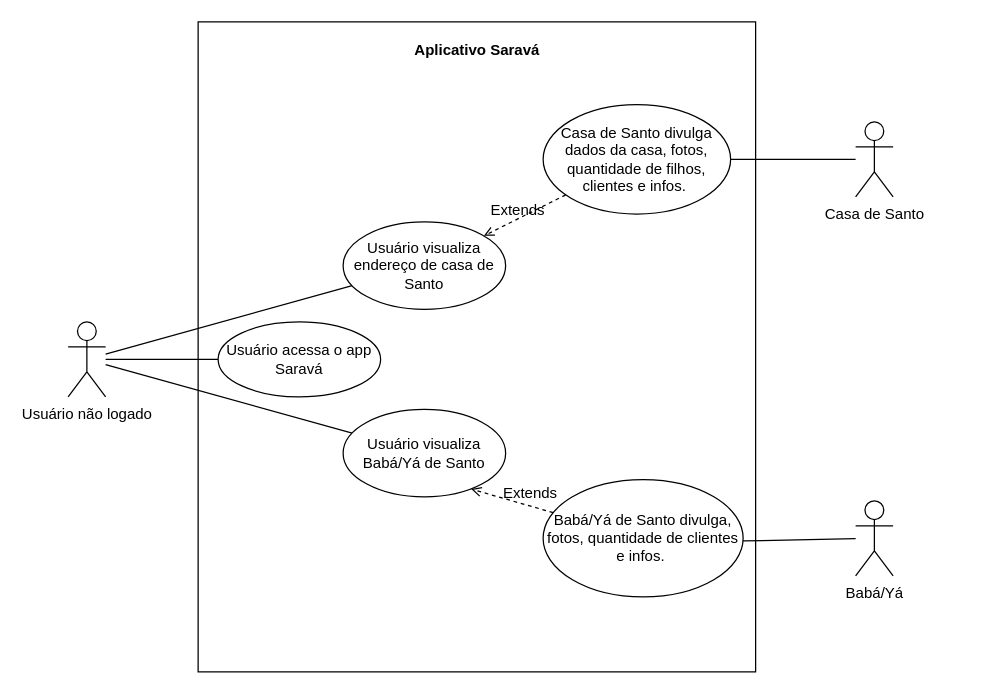
Above: CasoDeUsoNaoLogado.drawio in AlexCarvalhovisk/sarava (draw.io), before the change. Source tidied: cells renumbered, new cells numbered last; positions are measured from the earlier drawing's top-left corner, leaving out a move shared by most shapes. Both pictures are drawn from the tidied source at 125%, with x=0, y=0 at pixel (68, 21).
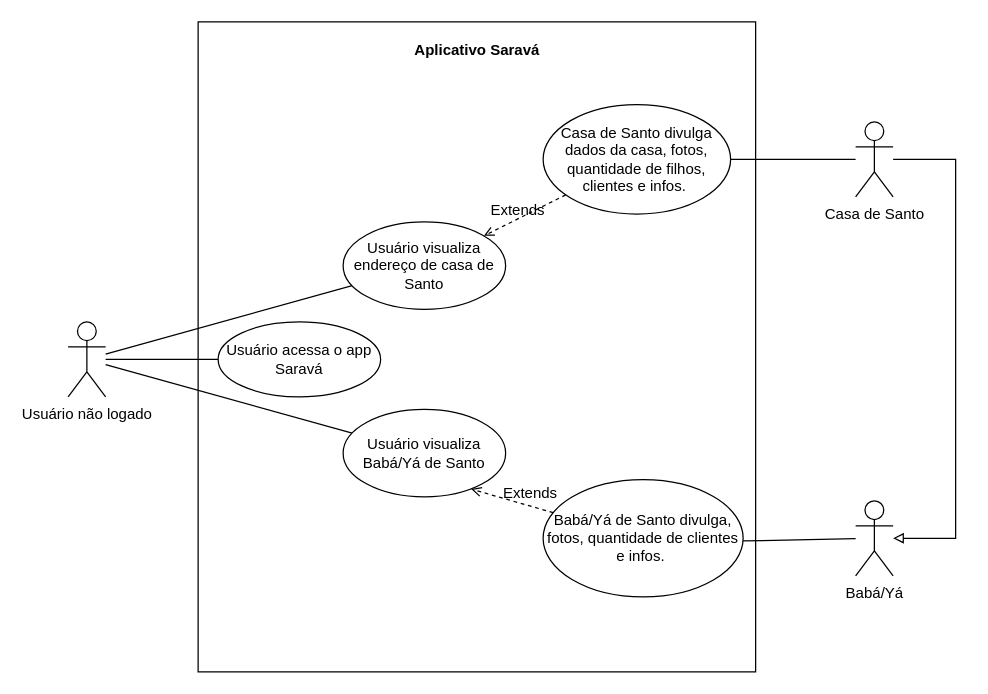
The same page after the edit.

Unchanged cells that the change refers to:
```xml
<mxCell id="8" value="Casa de Santo" style="shape=umlActor;verticalLabelPosition=bottom;verticalAlign=top;html=1;" parent="1" vertex="1">
  <mxGeometry x="630" y="80" width="30" height="60" as="geometry" />
</mxCell>
<mxCell id="10" value="Babá/Yá" style="shape=umlActor;verticalLabelPosition=bottom;verticalAlign=top;html=1;" parent="1" vertex="1">
  <mxGeometry x="630" y="383.1" width="30" height="60" as="geometry" />
</mxCell>
```

What changed in the source:
```diff
@@
+    <mxCell id="21" style="edgeStyle=orthogonalEdgeStyle;rounded=0;jettySize=auto;html=1;endArrow=block;endFill=0;" parent="1" edge="1" source="8" target="10">
+      <mxGeometry relative="1" as="geometry">
+        <Array as="points">
+          <mxPoint x="710" y="110" />
+          <mxPoint x="710" y="413.1" />
+        </Array>
+      </mxGeometry>
+    </mxCell>
```
